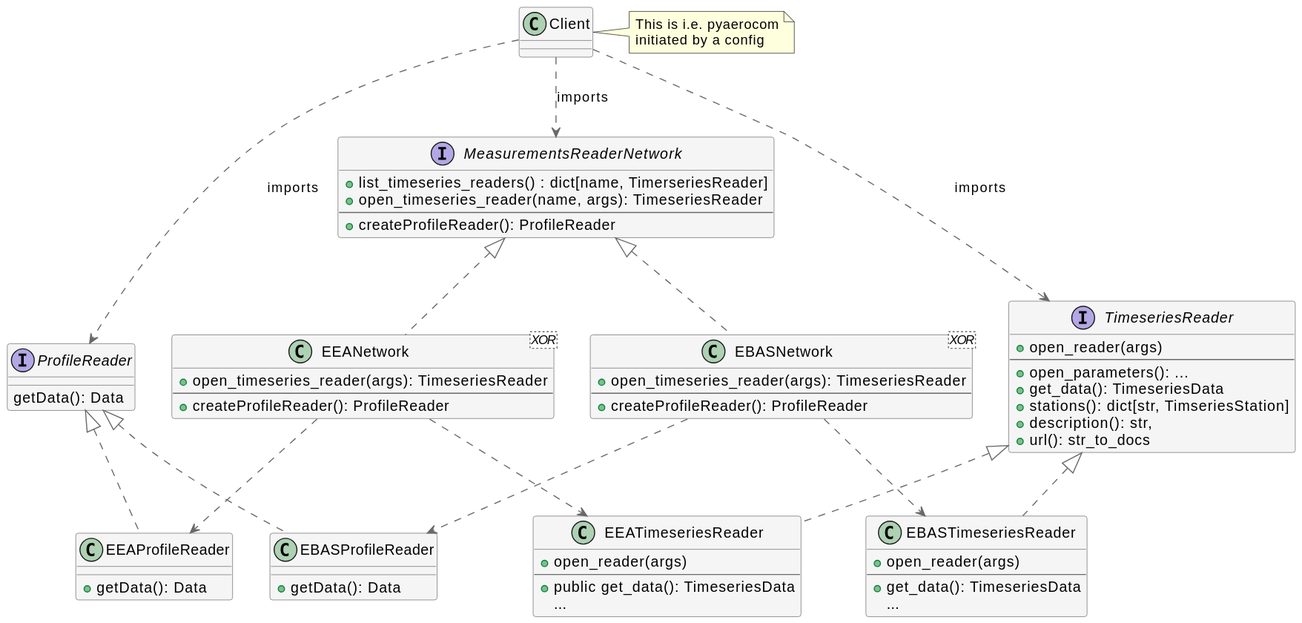
Above: docs/pics/ReaderFactory.svg in metno/pyaro (PlantUML), before the change.
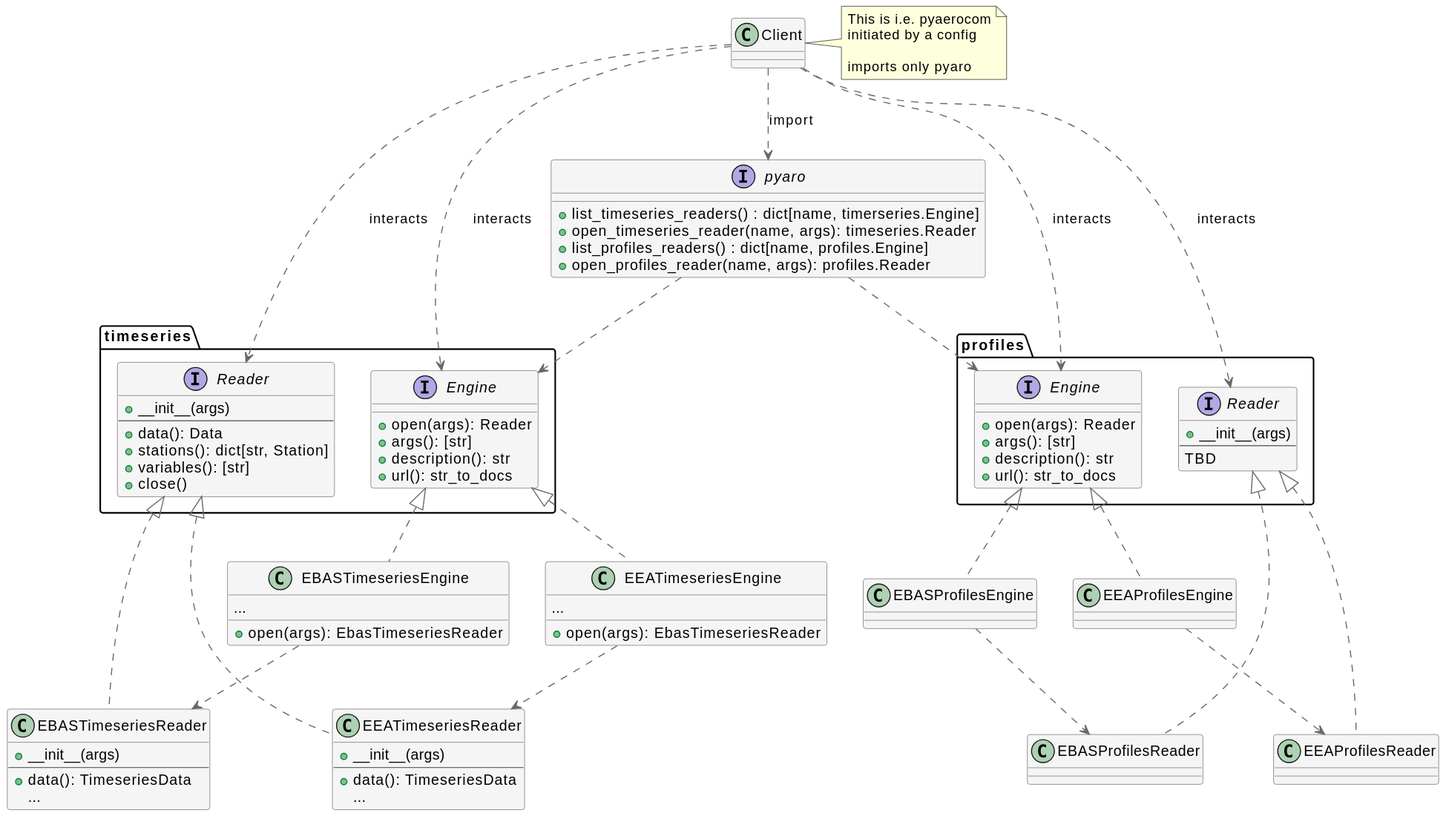
After the change.

Change to the diagram source:
```diff
@@ -11,82 +11,102 @@
 note right of Client
 This is i.e. pyaerocom
 initiated by a config
+
+imports only pyaro
 end note
 
-interface MeasurementsReaderNetwork {
-  + list_timeseries_readers() : dict[name, TimerseriesReader]
-  + open_timeseries_reader(name, args): TimeseriesReader
-  --
-  + createProfileReader(): ProfileReader
+interface pyaro {
+  + list_timeseries_readers() : dict[name, timerseries.Engine]
+  + open_timeseries_reader(name, args): timeseries.Reader
+  + list_profiles_readers() : dict[name, profiles.Engine]
+  + open_profiles_reader(name, args): profiles.Reader
 }
 
-class EBASNetwork <XOR> {
-  + open_timeseries_reader(args): TimeseriesReader
-  --
-  + createProfileReader(): ProfileReader
-}
-
-class EEANetwork <XOR> {
-  + open_timeseries_reader(args): TimeseriesReader
-  --
-  + createProfileReader(): ProfileReader
-}
-
-interface TimeseriesReader {
-  + open_reader(args)
-  --
-  + open_parameters(): ...
-  + get_data(): TimeseriesData
-  + stations(): dict[str, TimseriesStation]
-  + description(): str,
+interface timeseries.Engine {
+  + open(args): Reader
+  + args(): [str]
+  + description(): str
   + url(): str_to_docs
 }
 
+class EBASTimeseriesEngine {
+  + open(args): EbasTimeseriesReader
+  ...
+}
+
+class EEATimeseriesEngine {
+  + open(args): EbasTimeseriesReader
+  ...
+}
+
+interface timeseries.Reader {
+  + __init__(args)
+  --
+  + data(): Data
+  + stations(): dict[str, Station]
+  + variables(): [str]
+  + close()
+}
+
 class EBASTimeseriesReader {
-  + open_reader(args)
+  + __init__(args)
   --
-  + get_data(): TimeseriesData
+  + data(): TimeseriesData
   ...
 }
 
 class EEATimeseriesReader {
-  + open_reader(args)
+  + __init__(args)
   --
-  + public get_data(): TimeseriesData
+  + data(): TimeseriesData
   ...
 }
 
-interface ProfileReader {
-  getData(): Data
+interface profiles.Engine {
+  + open(args): Reader
+  + args(): [str]
+  + description(): str
+  + url(): str_to_docs
 }
 
-class EBASProfileReader {
-  +   getData(): Data
+interface profiles.Reader {
+  + __init__(args)
+  --
+  TBD
 }
 
-class EEAProfileReader {
-  +   getData(): Data
+class EBASProfilesReader {
 }
 
-MeasurementsReaderNetwork <|.. EBASNetwork
-MeasurementsReaderNetwork <|.. EEANetwork
+class EEAProfilesReader {
+}
 
-TimeseriesReader <|.. EBASTimeseriesReader
-TimeseriesReader <|.. EEATimeseriesReader
+timeseries.Engine <|.. EBASTimeseriesEngine
+timeseries.Engine <|.. EEATimeseriesEngine
 
-ProfileReader <|.. EBASProfileReader
-ProfileReader <|.. EEAProfileReader
+timeseries.Reader <|.. EBASTimeseriesReader
+timeseries.Reader <|.. EEATimeseriesReader
+
+profiles.Engine <|.. EBASProfilesEngine
+profiles.Engine <|.. EEAProfilesEngine
+
+profiles.Reader <|.. EBASProfilesReader
+profiles.Reader <|.. EEAProfilesReader
 
 
-EEANetwork ..> EEAProfileReader
-EEANetwork ..> EEATimeseriesReader
+EEAProfilesEngine ..> EEAProfilesReader
+EEATimeseriesEngine ..> EEATimeseriesReader
 
-EBASNetwork ..> EBASProfileReader
-EBASNetwork ..> EBASTimeseriesReader
+EBASProfilesEngine ..> EBASProfilesReader
+EBASTimeseriesEngine ..> EBASTimeseriesReader
 
-Client ..> MeasurementsReaderNetwork: imports
-Client ..> TimeseriesReader : imports
-Client ..> ProfileReader : imports
+Client ..> pyaro: import
+pyaro ..> timeseries.Engine
+pyaro ..> profiles.Engine
+Client ..> timeseries.Engine: interacts
+Client ..> timeseries.Reader : interacts
+Client ..> profiles.Engine : interacts
+Client ..> profiles.Reader : interacts
 
 
 @enduml
```
